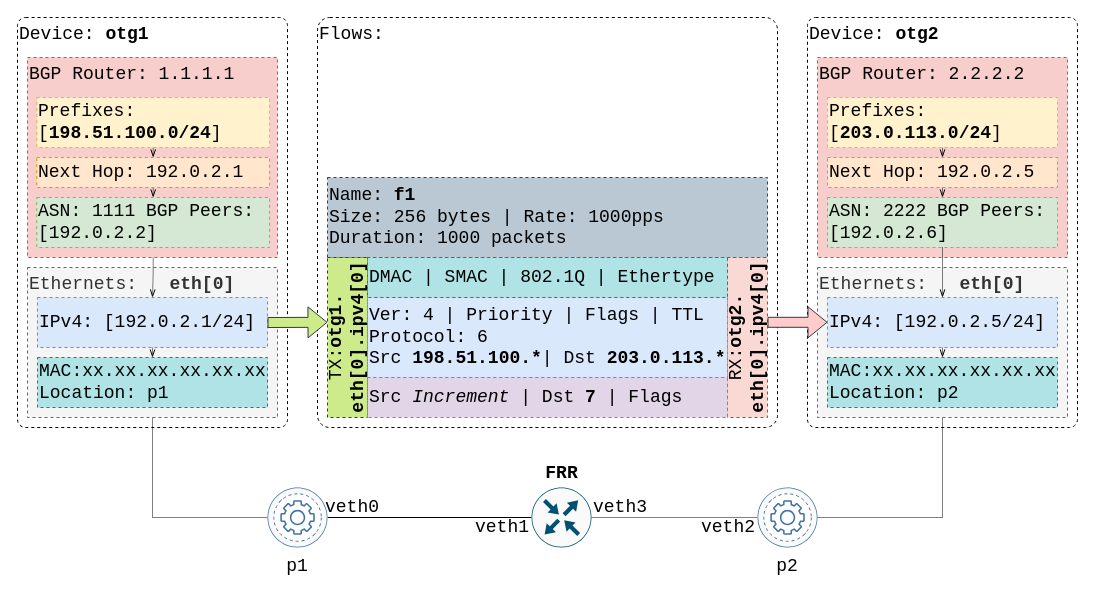
Before: page "cpdp-frr-otg" (7 of 7) of drawio/otg-examples.drawio in open-traffic-generator/otg-examples, a draw.io diagram. Source tidied: cells renumbered, new cells numbered last; positions are measured from the earlier drawing's top-left corner, leaving out a move shared by most shapes. Both pictures are drawn from the tidied source at 100%, with x=0, y=0 at pixel (17, 17).
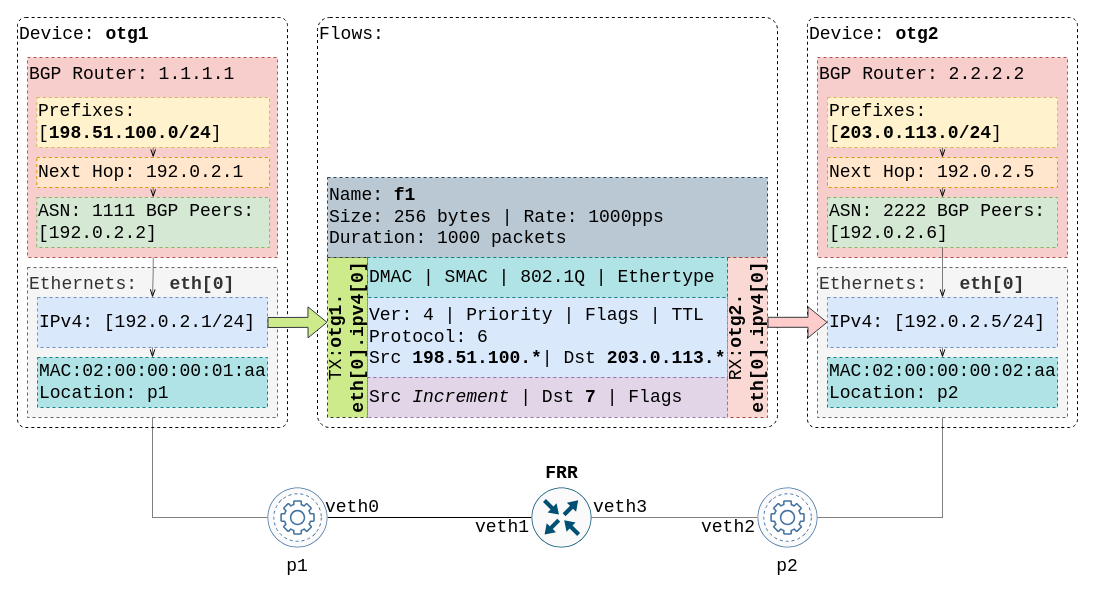
The same diagram, later.

Commit message (it also covers changes not shown here):
added macs to otg-diagram

Diff of the diagram source:
```diff
@@
-    <mxCell id="20" value="MAC:xx.xx.xx.xx.xx.xx&lt;br style=&quot;font-size: 18px;&quot;&gt;Location: p1" style="rounded=0;whiteSpace=wrap;html=1;dashed=1;labelBackgroundColor=none;fontFamily=Courier New;fontSize=18;fillColor=#b0e3e6;verticalAlign=middle;align=left;strokeColor=#0e8088;" parent="1" vertex="1">
+    <mxCell id="20" value="MAC:02:00:00:00:01:aa&lt;br style=&quot;font-size: 18px;&quot;&gt;Location: p1" style="rounded=0;whiteSpace=wrap;html=1;dashed=1;labelBackgroundColor=none;fontFamily=Courier New;fontSize=18;fillColor=#b0e3e6;verticalAlign=middle;align=left;strokeColor=#0e8088;" parent="1" vertex="1">
       <mxGeometry x="20" y="340" width="230" height="50" as="geometry" />
     </mxCell>
@@
-    <mxCell id="31" value="MAC:xx.xx.xx.xx.xx.xx&lt;br style=&quot;font-size: 18px;&quot;&gt;Location: p2" style="rounded=0;whiteSpace=wrap;html=1;dashed=1;labelBackgroundColor=none;fontFamily=Courier New;fontSize=18;fillColor=#b0e3e6;verticalAlign=middle;align=left;strokeColor=#0e8088;" parent="1" vertex="1">
+    <mxCell id="31" value="MAC:02:00:00:00:02:aa&lt;br style=&quot;font-size: 18px;&quot;&gt;Location: p2" style="rounded=0;whiteSpace=wrap;html=1;dashed=1;labelBackgroundColor=none;fontFamily=Courier New;fontSize=18;fillColor=#b0e3e6;verticalAlign=middle;align=left;strokeColor=#0e8088;" parent="1" vertex="1">
       <mxGeometry x="810" y="340" width="230" height="50" as="geometry" />
     </mxCell>
```
